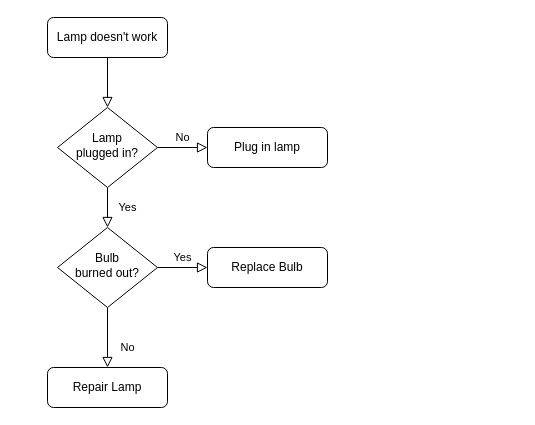
This is delivery.drawio from vambo7/doc-for-study, a draw.io file, before an edit. Source tidied: cells renumbered, new cells numbered last; positions are measured from the earlier drawing's top-left corner, leaving out a move shared by most shapes. Both pictures are drawn from the tidied source at 100%, with x=0, y=0 at pixel (47, 17).
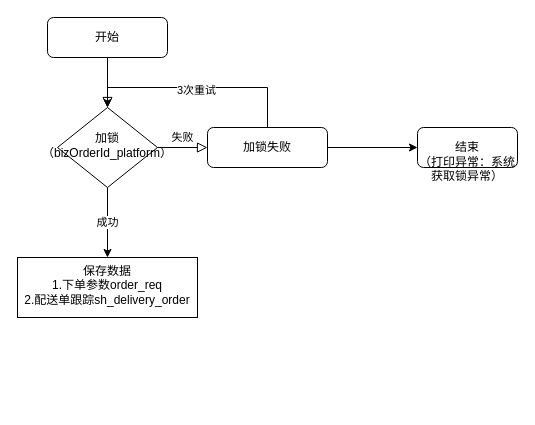
The same page after the edit.

The edit, as a diff of the source:
```diff
@@
 <mxGraphModel>
   <root>
     <mxCell id="0" />
     <mxCell id="1" parent="0" />
     <mxCell id="2" style="rounded=0;html=1;jettySize=auto;fontSize=11;endArrow=block;endFill=0;endSize=8;strokeWidth=1;shadow=0;labelBackgroundColor=none;edgeStyle=orthogonalEdgeStyle;" parent="1" edge="1" source="3" target="6">
       <mxGeometry relative="1" as="geometry" />
     </mxCell>
-    <mxCell id="3" value="Lamp doesn't work" style="rounded=1;whiteSpace=wrap;html=1;fontSize=12;glass=0;strokeWidth=1;shadow=0;" parent="1" vertex="1">
+    <mxCell id="3" value="开始" style="rounded=1;whiteSpace=wrap;html=1;fontSize=12;glass=0;strokeWidth=1;shadow=0;" parent="1" vertex="1">
       <mxGeometry width="120" height="40" as="geometry" />
     </mxCell>
-    <mxCell id="4" value="Yes" style="rounded=0;html=1;jettySize=auto;fontSize=11;endArrow=block;endFill=0;endSize=8;strokeWidth=1;shadow=0;labelBackgroundColor=none;edgeStyle=orthogonalEdgeStyle;" parent="1" edge="1" source="6" target="10">
-      <mxGeometry y="20" relative="1" as="geometry" />
-    </mxCell>
-    <mxCell id="5" value="No" style="edgeStyle=orthogonalEdgeStyle;rounded=0;html=1;jettySize=auto;fontSize=11;endArrow=block;endFill=0;endSize=8;strokeWidth=1;shadow=0;labelBackgroundColor=none;" parent="1" edge="1" source="6" target="7">
+    <mxCell id="5" value="失败" style="edgeStyle=orthogonalEdgeStyle;rounded=0;html=1;jettySize=auto;fontSize=11;endArrow=block;endFill=0;endSize=8;strokeWidth=1;shadow=0;labelBackgroundColor=none;" parent="1" edge="1" source="6" target="7">
       <mxGeometry y="10" relative="1" as="geometry" />
     </mxCell>
+    <mxCell id="13" style="edgeStyle=orthogonalEdgeStyle;rounded=0;jettySize=auto;html=1;" parent="1" edge="1" source="6" target="19">
+      <mxGeometry relative="1" as="geometry" />
+    </mxCell>
+    <mxCell id="14" value="成功" style="edgeLabel;html=1;align=center;verticalAlign=middle;" parent="13" vertex="1">
+      <mxGeometry x="-0.04" y="-1" relative="1" as="geometry" />
+    </mxCell>
-    <mxCell id="6" value="Lamp&lt;br&gt;plugged in?" style="rhombus;whiteSpace=wrap;html=1;shadow=0;fontFamily=Helvetica;fontSize=12;align=center;strokeWidth=1;spacing=6;spacingTop=-4;" parent="1" vertex="1">
+    <mxCell id="6" value="加锁&lt;br&gt;（bizOrderId_platform）" style="rhombus;whiteSpace=wrap;html=1;shadow=0;fontFamily=Helvetica;fontSize=12;align=center;strokeWidth=1;spacing=6;spacingTop=-4;" parent="1" vertex="1">
       <mxGeometry x="10" y="90" width="100" height="80" as="geometry" />
     </mxCell>
+    <mxCell id="15" style="edgeStyle=orthogonalEdgeStyle;rounded=0;jettySize=auto;html=1;entryX=0.5;entryY=0;entryDx=0;entryDy=0;" parent="1" edge="1" source="7" target="6">
+      <mxGeometry relative="1" as="geometry">
+        <Array as="points">
+          <mxPoint x="220" y="70" />
+          <mxPoint x="60" y="70" />
+        </Array>
+      </mxGeometry>
+    </mxCell>
+    <mxCell id="16" value="3次重试" style="edgeLabel;html=1;align=center;verticalAlign=middle;" parent="15" vertex="1">
+      <mxGeometry x="0.02" y="2" relative="1" as="geometry" />
+    </mxCell>
+    <mxCell id="17" style="edgeStyle=orthogonalEdgeStyle;rounded=0;jettySize=auto;html=1;" parent="1" edge="1" source="7" target="18">
+      <mxGeometry relative="1" as="geometry" />
+    </mxCell>
-    <mxCell id="7" value="Plug in lamp" style="rounded=1;whiteSpace=wrap;html=1;fontSize=12;glass=0;strokeWidth=1;shadow=0;" parent="1" vertex="1">
+    <mxCell id="7" value="加锁失败" style="rounded=1;whiteSpace=wrap;html=1;fontSize=12;glass=0;strokeWidth=1;shadow=0;" parent="1" vertex="1">
       <mxGeometry x="160" y="110" width="120" height="40" as="geometry" />
     </mxCell>
-    <mxCell id="8" value="No" style="rounded=0;html=1;jettySize=auto;fontSize=11;endArrow=block;endFill=0;endSize=8;strokeWidth=1;shadow=0;labelBackgroundColor=none;edgeStyle=orthogonalEdgeStyle;" parent="1" edge="1" source="10" target="11">
-      <mxGeometry x="0.33" y="20" relative="1" as="geometry" />
-    </mxCell>
-    <mxCell id="9" value="Yes" style="edgeStyle=orthogonalEdgeStyle;rounded=0;html=1;jettySize=auto;fontSize=11;endArrow=block;endFill=0;endSize=8;strokeWidth=1;shadow=0;labelBackgroundColor=none;" parent="1" edge="1" source="10" target="12">
-      <mxGeometry y="10" relative="1" as="geometry" />
-    </mxCell>
-    <mxCell id="10" value="Bulb&lt;br&gt;burned out?" style="rhombus;whiteSpace=wrap;html=1;shadow=0;fontFamily=Helvetica;fontSize=12;align=center;strokeWidth=1;spacing=6;spacingTop=-4;" parent="1" vertex="1">
-      <mxGeometry x="10" y="210" width="100" height="80" as="geometry" />
-    </mxCell>
-    <mxCell id="11" value="Repair Lamp" style="rounded=1;whiteSpace=wrap;html=1;fontSize=12;glass=0;strokeWidth=1;shadow=0;" parent="1" vertex="1">
-      <mxGeometry y="350" width="120" height="40" as="geometry" />
-    </mxCell>
-    <mxCell id="12" value="Replace Bulb" style="rounded=1;whiteSpace=wrap;html=1;fontSize=12;glass=0;strokeWidth=1;shadow=0;" parent="1" vertex="1">
-      <mxGeometry x="160" y="230" width="120" height="40" as="geometry" />
-    </mxCell>
+    <mxCell id="18" value="&lt;br&gt;&lt;br&gt;结束&lt;br&gt;（打印异常：系统获取锁异常&lt;span style=&quot;background-color: initial;&quot;&gt;）&lt;/span&gt;" style="rounded=1;whiteSpace=wrap;html=1;glass=0;strokeWidth=1;shadow=0;" parent="1" vertex="1">
+      <mxGeometry x="370" y="110" width="100" height="40" as="geometry" />
+    </mxCell>
+    <mxCell id="19" value="保存数据&lt;br&gt;1.下单参数order_req&lt;br&gt;2.配送单跟踪sh_delivery_order" style="whiteSpace=wrap;html=1;shadow=0;strokeWidth=1;spacing=6;spacingTop=-4;" parent="1" vertex="1">
+      <mxGeometry x="-30" y="240" width="180" height="60" as="geometry" />
+    </mxCell>
   </root>
 </mxGraphModel>
```
